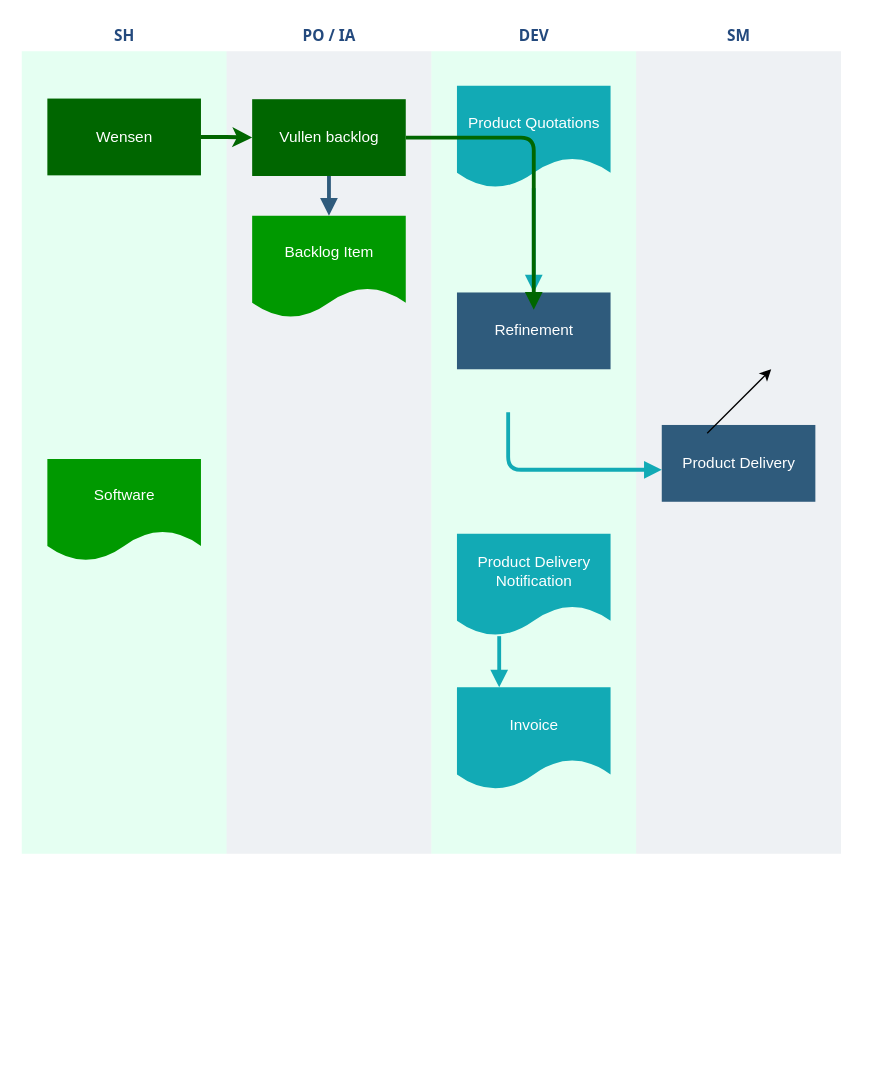
Before: diagrammen/2025-05-10 Opdracht 2 IST Swimlane.drawio in LeroyGerrits/zuyd, a draw.io diagram. Source tidied: cells renumbered, new cells numbered last; positions are measured from the earlier drawing's top-left corner, leaving out a move shared by most shapes. Both pictures are drawn from the tidied source at 128%, with x=0, y=0 at pixel (20, 20).
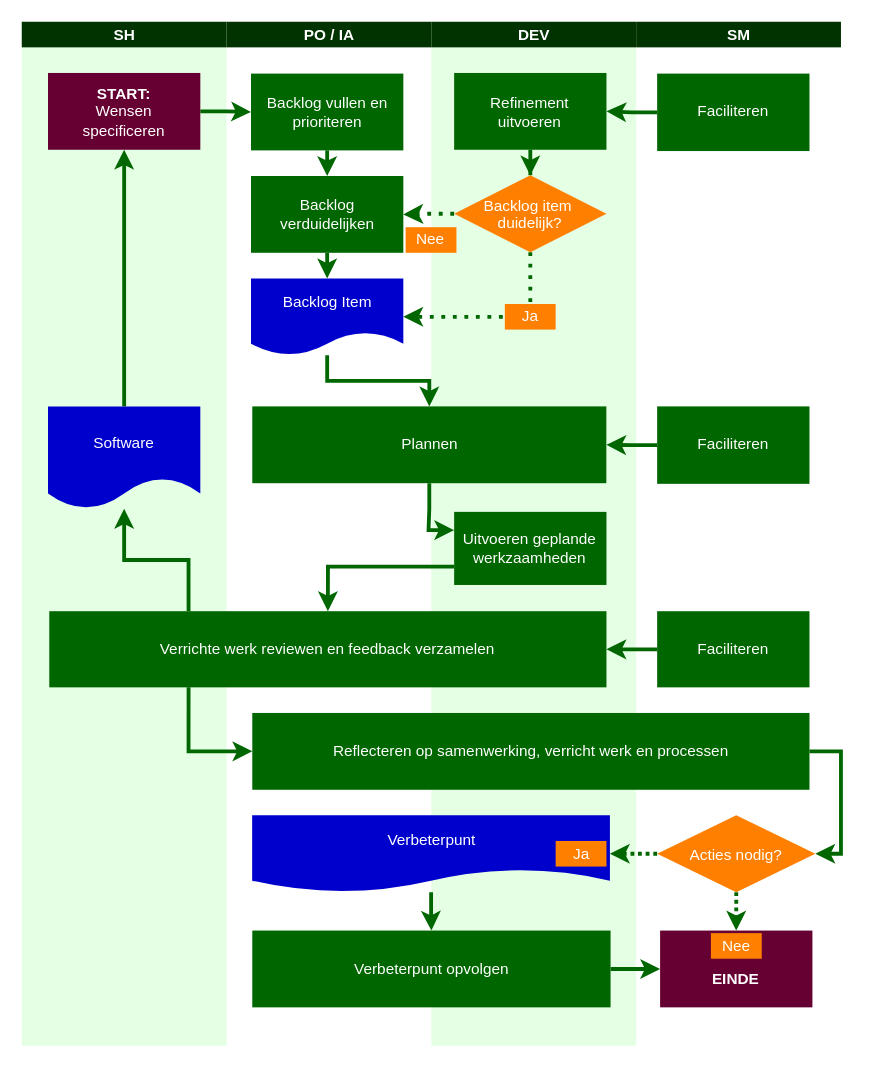
The same page after the edit.

The edit, as a diff of the source:
```diff
@@
+    <mxCell id="22" style="rounded=0;whiteSpace=wrap;html=1;fillColor=#CCFFCC;strokeColor=none;opacity=50;" parent="1" vertex="1">
+      <mxGeometry x="0.5" y="0.5" width="160" height="800" as="geometry" />
+    </mxCell>
+    <mxCell id="23" style="rounded=0;whiteSpace=wrap;html=1;fillColor=#CCFFCC;strokeColor=none;opacity=50;" parent="1" vertex="1">
+      <mxGeometry x="320.5" y="0.5" width="160" height="800" as="geometry" />
+    </mxCell>
-    <mxCell id="2" value="&lt;font color=&quot;#23497d&quot;&gt;SH&lt;/font&gt;" style="swimlane;whiteSpace=wrap;fillColor=none;swimlaneFillColor=#CCFFE6;fontColor=#2F5B7C;fontFamily=Tahoma;html=1;strokeColor=none;opacity=50;" parent="1" vertex="1">
-      <mxGeometry x="0.5" y="0.5" width="160" height="650" as="geometry" />
+    <mxCell id="2" value="&lt;font style=&quot;color: rgb(255, 255, 255);&quot;&gt;&lt;b&gt;SH&lt;/b&gt;&lt;/font&gt;" style="rounded=0;whiteSpace=wrap;html=1;strokeColor=none;fillColor=#003300;" parent="1" vertex="1">
+      <mxGeometry x="0.5" y="0.5" width="160" height="20" as="geometry" />
     </mxCell>
-    <mxCell id="3" value="Wensen" style="whiteSpace=wrap;shadow=0;fontColor=#FFFFFF;fontFamily=Helvetica;fontStyle=0;html=1;fontSize=12;plain-purple;strokeColor=none;fillColor=#006600;gradientColor=none;spacing=6;verticalAlign=middle;" parent="2" vertex="1">
-      <mxGeometry x="20" y="60" width="120" height="60" as="geometry" />
-    </mxCell>
+    <mxCell id="5" value="&lt;font style=&quot;color: rgb(255, 255, 255);&quot;&gt;&lt;b&gt;PO / IA&lt;/b&gt;&lt;/font&gt;" style="rounded=0;whiteSpace=wrap;html=1;strokeColor=none;fillColor=#003300;" parent="1" vertex="1">
+      <mxGeometry x="160.5" y="0.5" width="160" height="20" as="geometry" />
+    </mxCell>
+    <mxCell id="9" value="&lt;font style=&quot;color: rgb(255, 255, 255);&quot;&gt;&lt;b&gt;DEV&lt;/b&gt;&lt;/font&gt;" style="rounded=0;whiteSpace=wrap;html=1;strokeColor=none;fillColor=#003300;" parent="1" vertex="1">
+      <mxGeometry x="320.5" y="0.5" width="160" height="20" as="geometry" />
+    </mxCell>
+    <mxCell id="16" value="&lt;font style=&quot;color: rgb(255, 255, 255);&quot;&gt;&lt;b&gt;SM&lt;/b&gt;&lt;/font&gt;" style="rounded=0;whiteSpace=wrap;html=1;strokeColor=none;fillColor=#003300;" parent="1" vertex="1">
+      <mxGeometry x="480.5" y="0.5" width="160" height="20" as="geometry" />
+    </mxCell>
+    <mxCell id="24" style="edgeStyle=orthogonalEdgeStyle;rounded=0;jettySize=auto;html=1;entryX=0;entryY=0.5;entryDx=0;entryDy=0;strokeWidth=3;strokeColor=#006600;" parent="1" edge="1" source="25" target="38">
+      <mxGeometry relative="1" as="geometry" />
+    </mxCell>
+    <mxCell id="25" value="&lt;div&gt;&lt;b&gt;START:&lt;/b&gt;&lt;/div&gt;Wensen specificeren" style="whiteSpace=wrap;shadow=0;fontColor=#FFFFFF;fontFamily=Helvetica;fontStyle=0;html=1;fontSize=12;plain-purple;strokeColor=none;fillColor=#660033;gradientColor=none;spacing=6;verticalAlign=middle;" parent="1" vertex="1">
+      <mxGeometry x="21" y="40.5" width="119" height="60" as="geometry" />
+    </mxCell>
+    <mxCell id="26" style="edgeStyle=orthogonalEdgeStyle;rounded=0;jettySize=auto;html=1;entryX=0.5;entryY=0;entryDx=0;entryDy=0;strokeWidth=3;strokeColor=#006600;" parent="1" edge="1" source="27" target="30">
+      <mxGeometry relative="1" as="geometry" />
+    </mxCell>
+    <mxCell id="27" value="Refinement uitvoeren" style="whiteSpace=wrap;strokeColor=none;fillColor=#006600;shadow=0;fontColor=#FFFFFF;fontFamily=Helvetica;fontStyle=0;html=1;fontSize=12;spacing=6;verticalAlign=middle;fillStyle=auto;" parent="1" vertex="1">
+      <mxGeometry x="338.3" y="40.5" width="119" height="60" as="geometry" />
+    </mxCell>
+    <mxCell id="28" style="edgeStyle=orthogonalEdgeStyle;rounded=0;jettySize=auto;html=1;entryX=1;entryY=0.5;entryDx=0;entryDy=0;strokeWidth=3;strokeColor=#006600;dashed=1;dashPattern=1 2;" parent="1" edge="1" source="30" target="41">
+      <mxGeometry relative="1" as="geometry" />
+    </mxCell>
+    <mxCell id="29" style="edgeStyle=orthogonalEdgeStyle;rounded=0;jettySize=auto;html=1;exitX=0.5;exitY=1;exitDx=0;exitDy=0;entryX=1;entryY=0.5;entryDx=0;entryDy=0;strokeWidth=3;strokeColor=#006600;dashed=1;dashPattern=1 2;" parent="1" edge="1" source="30" target="7">
+      <mxGeometry relative="1" as="geometry" />
+    </mxCell>
+    <mxCell id="30" value="Backlog item &#10;duidelijk?" style="rhombus;fillColor=#FF8000;strokeColor=none;fontColor=#FFFFFF;" parent="1" vertex="1">
+      <mxGeometry x="338.3" y="120.5" width="119" height="60" as="geometry" />
+    </mxCell>
+    <mxCell id="31" value="Ja" style="rounded=0;whiteSpace=wrap;html=1;fillColor=#FF8000;fontColor=#FFFFFF;strokeColor=none;" parent="1" vertex="1">
+      <mxGeometry x="377.9" y="221" width="39.7" height="20" as="geometry" />
+    </mxCell>
+    <mxCell id="32" style="edgeStyle=orthogonalEdgeStyle;rounded=0;jettySize=auto;html=1;exitX=0;exitY=0.75;exitDx=0;exitDy=0;entryX=0.5;entryY=0;entryDx=0;entryDy=0;strokeWidth=3;strokeColor=#006600;" parent="1" edge="1" source="33" target="36">
+      <mxGeometry relative="1" as="geometry" />
+    </mxCell>
+    <mxCell id="33" value="Uitvoeren geplande werkzaamheden" style="whiteSpace=wrap;strokeColor=none;fillColor=#006600;shadow=0;fontColor=#FFFFFF;fontFamily=Helvetica;fontStyle=0;html=1;fontSize=12;spacing=6;verticalAlign=middle;fillStyle=auto;" parent="1" vertex="1">
+      <mxGeometry x="338.3" y="383.4" width="119" height="57.1" as="geometry" />
+    </mxCell>
+    <mxCell id="34" style="edgeStyle=orthogonalEdgeStyle;rounded=0;jettySize=auto;html=1;exitX=0.25;exitY=0;exitDx=0;exitDy=0;strokeWidth=3;strokeColor=#006600;" parent="1" edge="1" source="36" target="4">
+      <mxGeometry relative="1" as="geometry" />
+    </mxCell>
+    <mxCell id="35" style="edgeStyle=orthogonalEdgeStyle;rounded=0;jettySize=auto;html=1;exitX=0.25;exitY=1;exitDx=0;exitDy=0;entryX=0;entryY=0.5;entryDx=0;entryDy=0;strokeWidth=3;strokeColor=#006600;" parent="1" edge="1" source="36" target="52">
+      <mxGeometry relative="1" as="geometry" />
+    </mxCell>
+    <mxCell id="36" value="Verrichte werk reviewen en feedback verzamelen" style="whiteSpace=wrap;strokeColor=none;fillColor=#006600;shadow=0;fontColor=#FFFFFF;fontFamily=Helvetica;fontStyle=0;html=1;fontSize=12;spacing=6;verticalAlign=middle;fillStyle=auto;" parent="1" vertex="1">
+      <mxGeometry x="22" y="461" width="435.3" height="59.5" as="geometry" />
+    </mxCell>
+    <mxCell id="37" style="edgeStyle=orthogonalEdgeStyle;rounded=0;jettySize=auto;html=1;exitX=0.5;exitY=1;exitDx=0;exitDy=0;entryX=0.5;entryY=0;entryDx=0;entryDy=0;strokeWidth=3;strokeColor=#006600;" parent="1" edge="1" source="38" target="41">
+      <mxGeometry relative="1" as="geometry" />
+    </mxCell>
+    <mxCell id="38" value="Backlog vullen en prioriteren" style="whiteSpace=wrap;shadow=0;fontColor=#FFFFFF;fontFamily=Helvetica;fontStyle=0;html=1;fontSize=12;plain-purple;strokeColor=none;fillColor=#006600;gradientColor=none;spacing=6;verticalAlign=middle;" parent="1" vertex="1">
+      <mxGeometry x="179.6" y="41" width="119" height="60" as="geometry" />
+    </mxCell>
+    <mxCell id="39" style="edgeStyle=orthogonalEdgeStyle;rounded=0;jettySize=auto;html=1;strokeWidth=3;strokeColor=#006600;" parent="1" edge="1" source="7" target="43">
+      <mxGeometry relative="1" as="geometry" />
+    </mxCell>
+    <mxCell id="7" value="Backlog Item" style="shape=document;whiteSpace=wrap;verticalAlign=middle;strokeColor=none;fillColor=#0000CC;shadow=0;fontColor=#FFFFFF;fontFamily=Helvetica;fontStyle=0;html=1;fontSize=12;spacing=6;spacingBottom=22;" parent="1" vertex="1">
+      <mxGeometry x="179.6" y="201" width="119" height="60" as="geometry" />
+    </mxCell>
+    <mxCell id="40" style="edgeStyle=orthogonalEdgeStyle;rounded=0;jettySize=auto;html=1;exitX=0.5;exitY=1;exitDx=0;exitDy=0;entryX=0.5;entryY=0;entryDx=0;entryDy=0;strokeWidth=3;strokeColor=#006600;" parent="1" edge="1" source="41" target="7">
+      <mxGeometry relative="1" as="geometry" />
+    </mxCell>
+    <mxCell id="41" value="Backlog verduidelijken" style="whiteSpace=wrap;shadow=0;fontColor=#FFFFFF;fontFamily=Helvetica;fontStyle=0;html=1;fontSize=12;plain-purple;strokeColor=none;fillColor=#006600;gradientColor=none;spacing=6;verticalAlign=middle;" parent="1" vertex="1">
+      <mxGeometry x="179.6" y="121" width="119" height="60" as="geometry" />
+    </mxCell>
+    <mxCell id="42" style="edgeStyle=orthogonalEdgeStyle;rounded=0;jettySize=auto;html=1;entryX=0;entryY=0.25;entryDx=0;entryDy=0;strokeWidth=3;strokeColor=#006600;" parent="1" edge="1" source="43" target="33">
+      <mxGeometry relative="1" as="geometry" />
+    </mxCell>
+    <mxCell id="43" value="Plannen" style="whiteSpace=wrap;strokeColor=none;fillColor=#006600;shadow=0;fontColor=#FFFFFF;fontFamily=Helvetica;fontStyle=0;html=1;fontSize=12;spacing=6;verticalAlign=middle;fillStyle=auto;" parent="1" vertex="1">
+      <mxGeometry x="180.6" y="301" width="276.6" height="60" as="geometry" />
+    </mxCell>
+    <mxCell id="44" style="edgeStyle=orthogonalEdgeStyle;rounded=0;jettySize=auto;html=1;exitX=0.5;exitY=0;exitDx=0;exitDy=0;entryX=0.5;entryY=1;entryDx=0;entryDy=0;strokeWidth=3;strokeColor=#006600;" parent="1" edge="1" source="4" target="25">
+      <mxGeometry relative="1" as="geometry" />
+    </mxCell>
-    <mxCell id="4" value="Software" style="shape=document;whiteSpace=wrap;verticalAlign=middle;strokeColor=none;fillColor=#009900;shadow=0;fontColor=#FFFFFF;fontFamily=Helvetica;fontStyle=0;html=1;fontSize=12;spacing=6;spacingBottom=22;" parent="2" vertex="1">
-      <mxGeometry x="20" y="341.5" width="120" height="80" as="geometry" />
+    <mxCell id="4" value="Software" style="shape=document;whiteSpace=wrap;verticalAlign=middle;strokeColor=none;fillColor=#0000CC;shadow=0;fontColor=#FFFFFF;fontFamily=Helvetica;fontStyle=0;html=1;fontSize=12;spacing=6;spacingBottom=22;" parent="1" vertex="1">
+      <mxGeometry x="21" y="301" width="119" height="80" as="geometry" />
     </mxCell>
-    <mxCell id="5" value="&lt;font color=&quot;#23497d&quot;&gt;PO / IA&lt;/font&gt;" style="swimlane;whiteSpace=wrap;fillColor=none;swimlaneFillColor=#BAC8D3;fontColor=#2F5B7C;fontFamily=Tahoma;html=1;strokeColor=none;opacity=25;" parent="1" vertex="1">
-      <mxGeometry x="160.5" y="0.5" width="160" height="650" as="geometry" />
-    </mxCell>
-    <mxCell id="6" value="Vullen backlog" style="whiteSpace=wrap;shadow=0;fontColor=#FFFFFF;fontFamily=Helvetica;fontStyle=0;html=1;fontSize=12;plain-purple;strokeColor=none;fillColor=#006600;gradientColor=none;spacing=6;verticalAlign=middle;" parent="5" vertex="1">
-      <mxGeometry x="20" y="60.5" width="120" height="60" as="geometry" />
-    </mxCell>
-    <mxCell id="7" value="Backlog Item" style="shape=document;whiteSpace=wrap;verticalAlign=middle;strokeColor=none;fillColor=#009900;shadow=0;fontColor=#FFFFFF;fontFamily=Helvetica;fontStyle=0;html=1;fontSize=12;spacing=6;spacingBottom=22;" parent="5" vertex="1">
-      <mxGeometry x="20" y="151.5" width="120" height="80" as="geometry" />
-    </mxCell>
-    <mxCell id="8" style="edgeStyle=segmentEdgeStyle;strokeColor=#2F5B7C;strokeWidth=3;html=1;endArrow=block;endFill=1;" parent="5" edge="1" source="6" target="7">
-      <mxGeometry relative="1" as="geometry" />
-    </mxCell>
-    <mxCell id="9" value="&lt;font color=&quot;#23497d&quot;&gt;DEV&lt;/font&gt;" style="swimlane;whiteSpace=wrap;fillColor=none;swimlaneFillColor=#CCFFE6;fontColor=#2F5B7C;fontFamily=Tahoma;html=1;strokeColor=none;opacity=50;" parent="1" vertex="1">
-      <mxGeometry x="320.5" y="0.5" width="160" height="650" as="geometry" />
-    </mxCell>
-    <mxCell id="10" value="Product Quotations" style="shape=document;whiteSpace=wrap;verticalAlign=middle;strokeColor=none;fillColor=#12aab5;shadow=0;fontColor=#FFFFFF;fontFamily=Helvetica;fontStyle=0;html=1;fontSize=12;spacing=6;spacingBottom=22;" parent="9" vertex="1">
-      <mxGeometry x="20" y="50" width="120" height="80" as="geometry" />
-    </mxCell>
-    <mxCell id="11" value="Product Delivery Notification" style="shape=document;whiteSpace=wrap;strokeColor=none;fillColor=#12aab5;shadow=0;fontColor=#FFFFFF;fontFamily=Helvetica;fontStyle=0;html=1;fontSize=12;verticalAlign=middle;spacing=6;spacingBottom=22;" parent="9" vertex="1">
-      <mxGeometry x="20" y="400" width="120" height="80" as="geometry" />
-    </mxCell>
-    <mxCell id="12" value="Invoice" style="shape=document;whiteSpace=wrap;verticalAlign=middle;strokeColor=none;fillColor=#12aab5;shadow=0;fontColor=#FFFFFF;fontFamily=Helvetica;fontStyle=0;html=1;fontSize=12;spacing=6;spacingBottom=22;" parent="9" vertex="1">
-      <mxGeometry x="20" y="520" width="120" height="80" as="geometry" />
-    </mxCell>
-    <mxCell id="13" style="edgeStyle=segmentEdgeStyle;strokeColor=#12AAB5;strokeWidth=3;html=1;endArrow=block;endFill=1;" parent="9" edge="1" source="11" target="12">
-      <mxGeometry relative="1" as="geometry">
-        <Array as="points">
-          <mxPoint x="53" y="501" />
-          <mxPoint x="53" y="501" />
-        </Array>
-      </mxGeometry>
-    </mxCell>
-    <mxCell id="14" value="Refinement" style="whiteSpace=wrap;strokeColor=none;fillColor=#2f5b7c;shadow=0;fontColor=#FFFFFF;fontFamily=Helvetica;fontStyle=0;html=1;fontSize=12;spacing=6;verticalAlign=middle;" parent="9" vertex="1">
-      <mxGeometry x="20" y="211.5" width="120" height="60" as="geometry" />
-    </mxCell>
-    <mxCell id="15" style="edgeStyle=segmentEdgeStyle;strokeColor=#12AAB5;strokeWidth=3;html=1;endArrow=block;endFill=1;" parent="9" edge="1" source="10" target="14">
-      <mxGeometry x="140" y="90" as="geometry" />
-    </mxCell>
-    <mxCell id="16" value="&lt;font color=&quot;#23497d&quot;&gt;SM&lt;/font&gt;" style="swimlane;whiteSpace=wrap;fillColor=none;swimlaneFillColor=#BAC8D3;fontColor=#2F5B7C;fontFamily=Tahoma;html=1;strokeColor=none;opacity=25;" parent="1" vertex="1">
-      <mxGeometry x="480.5" y="0.5" width="160" height="650" as="geometry" />
-    </mxCell>
-    <mxCell id="17" value="Product Delivery" style="whiteSpace=wrap;strokeColor=none;fillColor=#2f5b7c;shadow=0;fontColor=#FFFFFF;fontFamily=Helvetica;fontStyle=0;html=1;fontSize=12;spacing=6;verticalAlign=middle;" parent="16" vertex="1">
-      <mxGeometry x="20" y="315" width="120" height="60" as="geometry" />
-    </mxCell>
-    <mxCell id="18" style="edgeStyle=segmentEdgeStyle;strokeColor=#006600;strokeWidth=3;html=1;endArrow=block;endFill=1;" parent="1" edge="1" source="6">
-      <mxGeometry x="324.5" y="283.5" as="geometry">
-        <mxPoint x="400.5" y="225.5" as="targetPoint" />
-      </mxGeometry>
-    </mxCell>
-    <mxCell id="19" style="edgeStyle=segmentEdgeStyle;strokeColor=#12AAB5;strokeWidth=3;html=1;endArrow=block;endFill=1;" parent="1" edge="1" target="17">
-      <mxGeometry x="404.5" y="393.5" as="geometry">
-        <mxPoint x="380.5" y="305.5" as="sourcePoint" />
-        <Array as="points">
-          <mxPoint x="380.5" y="350.5" />
-        </Array>
-      </mxGeometry>
-    </mxCell>
-    <mxCell id="20" style="endArrow=classic;html=1;rounded=0;" parent="1" edge="1">
-      <mxGeometry relative="1" as="geometry">
-        <mxPoint x="536" y="322" as="sourcePoint" />
-        <mxPoint x="586" y="272" as="targetPoint" />
-      </mxGeometry>
-    </mxCell>
-    <mxCell id="21" style="edgeStyle=orthogonalEdgeStyle;rounded=0;jettySize=auto;html=1;strokeWidth=3;strokeColor=#006600;" parent="1" edge="1" source="3" target="6">
-      <mxGeometry relative="1" as="geometry" />
-    </mxCell>
+    <mxCell id="45" style="edgeStyle=orthogonalEdgeStyle;rounded=0;jettySize=auto;html=1;entryX=1;entryY=0.5;entryDx=0;entryDy=0;strokeWidth=3;strokeColor=#006600;" parent="1" edge="1" source="46" target="27">
+      <mxGeometry relative="1" as="geometry" />
+    </mxCell>
+    <mxCell id="46" value="Faciliteren" style="whiteSpace=wrap;shadow=0;fontColor=#FFFFFF;fontFamily=Helvetica;fontStyle=0;html=1;fontSize=12;plain-purple;strokeColor=none;fillColor=#006600;gradientColor=none;spacing=6;verticalAlign=middle;" parent="1" vertex="1">
+      <mxGeometry x="496.9" y="41" width="119" height="60.5" as="geometry" />
+    </mxCell>
+    <mxCell id="47" style="edgeStyle=orthogonalEdgeStyle;rounded=0;jettySize=auto;html=1;entryX=1;entryY=0.5;entryDx=0;entryDy=0;strokeWidth=3;strokeColor=#006600;" parent="1" edge="1" source="48" target="43">
+      <mxGeometry relative="1" as="geometry" />
+    </mxCell>
+    <mxCell id="48" value="Faciliteren" style="whiteSpace=wrap;shadow=0;fontColor=#FFFFFF;fontFamily=Helvetica;fontStyle=0;html=1;fontSize=12;plain-purple;strokeColor=none;fillColor=#006600;gradientColor=none;spacing=6;verticalAlign=middle;" parent="1" vertex="1">
+      <mxGeometry x="496.9" y="301" width="119" height="60.5" as="geometry" />
+    </mxCell>
+    <mxCell id="49" style="edgeStyle=orthogonalEdgeStyle;rounded=0;jettySize=auto;html=1;entryX=1;entryY=0.5;entryDx=0;entryDy=0;strokeColor=#006600;strokeWidth=3;" parent="1" edge="1" source="50" target="36">
+      <mxGeometry relative="1" as="geometry" />
+    </mxCell>
+    <mxCell id="50" value="Faciliteren" style="whiteSpace=wrap;shadow=0;fontColor=#FFFFFF;fontFamily=Helvetica;fontStyle=0;html=1;fontSize=12;plain-purple;strokeColor=none;fillColor=#006600;gradientColor=none;spacing=6;verticalAlign=middle;" parent="1" vertex="1">
+      <mxGeometry x="496.9" y="461" width="119" height="59.5" as="geometry" />
+    </mxCell>
+    <mxCell id="51" style="edgeStyle=orthogonalEdgeStyle;rounded=0;jettySize=auto;html=1;exitX=1;exitY=0.5;exitDx=0;exitDy=0;entryX=1;entryY=0.5;entryDx=0;entryDy=0;strokeColor=#006600;strokeWidth=3;" parent="1" edge="1" source="52" target="55">
+      <mxGeometry relative="1" as="geometry" />
+    </mxCell>
+    <mxCell id="52" value="Reflecteren op samenwerking, verricht werk en processen" style="whiteSpace=wrap;strokeColor=none;fillColor=#006600;shadow=0;fontColor=#FFFFFF;fontFamily=Helvetica;fontStyle=0;html=1;fontSize=12;spacing=6;verticalAlign=middle;fillStyle=auto;" parent="1" vertex="1">
+      <mxGeometry x="180.6" y="540.5" width="435.3" height="60" as="geometry" />
+    </mxCell>
+    <mxCell id="53" style="edgeStyle=orthogonalEdgeStyle;rounded=0;jettySize=auto;html=1;entryX=1;entryY=0.5;entryDx=0;entryDy=0;strokeWidth=3;dashed=1;strokeColor=#006600;dashPattern=1 1;" parent="1" edge="1" source="55" target="57">
+      <mxGeometry relative="1" as="geometry" />
+    </mxCell>
+    <mxCell id="54" style="edgeStyle=orthogonalEdgeStyle;rounded=0;jettySize=auto;html=1;entryX=0.5;entryY=0;entryDx=0;entryDy=0;strokeWidth=3;dashed=1;dashPattern=1 1;strokeColor=#006600;" parent="1" edge="1" source="55" target="59">
+      <mxGeometry relative="1" as="geometry" />
+    </mxCell>
+    <mxCell id="55" value="Acties nodig?" style="rhombus;fillColor=#FF8000;strokeColor=none;fontColor=#FFFFFF;" parent="1" vertex="1">
+      <mxGeometry x="496.9" y="620.5" width="123.6" height="60" as="geometry" />
+    </mxCell>
+    <mxCell id="56" style="edgeStyle=orthogonalEdgeStyle;rounded=0;jettySize=auto;html=1;entryX=0.5;entryY=0;entryDx=0;entryDy=0;strokeWidth=3;strokeColor=#006600;" parent="1" edge="1" source="57" target="63">
+      <mxGeometry relative="1" as="geometry" />
+    </mxCell>
+    <mxCell id="57" value="Verbeterpunt" style="shape=document;whiteSpace=wrap;verticalAlign=middle;strokeColor=none;fillColor=#0000CC;shadow=0;fontColor=#FFFFFF;fontFamily=Helvetica;fontStyle=0;html=1;fontSize=12;spacing=6;spacingBottom=22;" parent="1" vertex="1">
+      <mxGeometry x="180.5" y="620.5" width="279.5" height="60" as="geometry" />
+    </mxCell>
+    <mxCell id="58" value="Ja" style="rounded=0;whiteSpace=wrap;html=1;fillColor=#FF8000;fontColor=#FFFFFF;strokeColor=none;fontSize=12;" parent="1" vertex="1">
+      <mxGeometry x="417.6" y="640.5" width="39.7" height="20" as="geometry" />
+    </mxCell>
+    <mxCell id="59" value="&lt;div&gt;&lt;b&gt;&lt;br&gt;&lt;/b&gt;&lt;/div&gt;&lt;div&gt;&lt;b&gt;EINDE&lt;/b&gt;&lt;/div&gt;" style="whiteSpace=wrap;shadow=0;fontColor=#FFFFFF;fontFamily=Helvetica;fontStyle=0;html=1;fontSize=12;plain-purple;strokeColor=none;fillColor=#660033;gradientColor=none;spacing=6;verticalAlign=middle;" parent="1" vertex="1">
+      <mxGeometry x="499.2" y="710.5" width="119" height="60" as="geometry" />
+    </mxCell>
+    <mxCell id="60" value="Nee" style="rounded=0;whiteSpace=wrap;html=1;fillColor=#FF8000;fontColor=#FFFFFF;strokeColor=none;" parent="1" vertex="1">
+      <mxGeometry x="538.9" y="712.5" width="39.7" height="20" as="geometry" />
+    </mxCell>
+    <mxCell id="61" value="Nee" style="rounded=0;whiteSpace=wrap;html=1;fillColor=#FF8000;fontColor=#FFFFFF;strokeColor=none;" parent="1" vertex="1">
+      <mxGeometry x="300.4" y="161" width="39.7" height="20" as="geometry" />
+    </mxCell>
+    <mxCell id="62" style="edgeStyle=orthogonalEdgeStyle;rounded=0;jettySize=auto;html=1;entryX=0;entryY=0.5;entryDx=0;entryDy=0;strokeWidth=3;strokeColor=#006600;" parent="1" edge="1" source="63" target="59">
+      <mxGeometry relative="1" as="geometry" />
+    </mxCell>
+    <mxCell id="63" value="Verbeterpunt opvolgen" style="whiteSpace=wrap;strokeColor=none;fillColor=#006600;shadow=0;fontColor=#FFFFFF;fontFamily=Helvetica;fontStyle=0;html=1;fontSize=12;spacing=6;verticalAlign=middle;fillStyle=auto;" parent="1" vertex="1">
+      <mxGeometry x="180.6" y="710.5" width="279.9" height="60" as="geometry" />
+    </mxCell>
```
